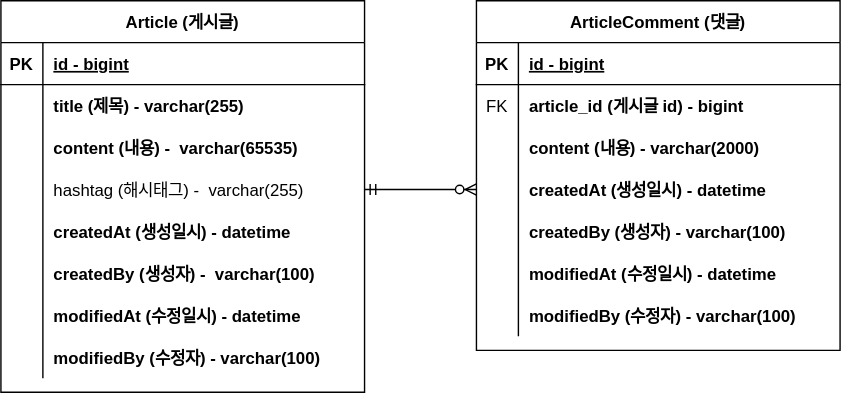
Before: document/project-board-erd.svg, a diagram exported from draw.io (ParkJaeyun94/fastcampus_project_board). Source tidied: cells renumbered, new cells last; positions are measured from the earlier drawing's top-left corner, leaving out a move shared by most shapes.
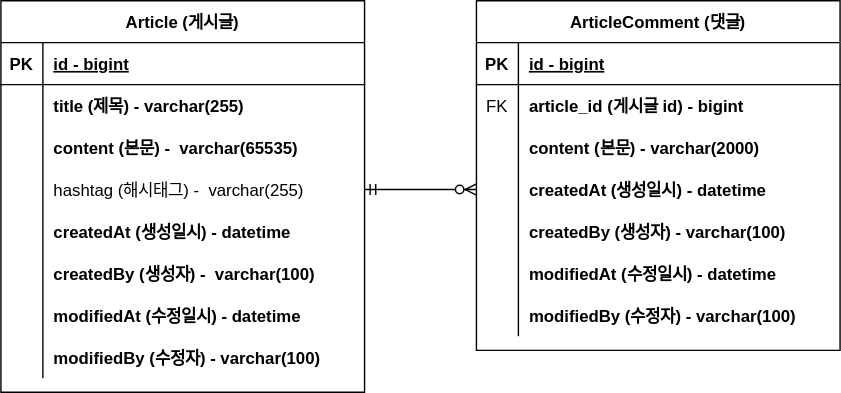
Later version of the same file.

Commit message:
#8 - ERD 주석 업데이트: project-board-erd.svg

Change to the diagram source:
```diff
@@ -29,7 +29,7 @@
     <mxCell id="10" style="shape=partialRectangle;overflow=hidden;fillColor=none;top=0;left=0;bottom=0;right=0;" parent="9" vertex="1">
       <mxGeometry width="30" height="30" as="geometry" />
     </mxCell>
-    <mxCell id="11" value="content (내용) -  varchar(65535)" style="shape=partialRectangle;overflow=hidden;fillColor=none;top=0;left=0;bottom=0;right=0;align=left;spacingLeft=6;fontStyle=1;" parent="9" vertex="1">
+    <mxCell id="11" value="content (본문) -  varchar(65535)" style="shape=partialRectangle;overflow=hidden;fillColor=none;top=0;left=0;bottom=0;right=0;align=left;spacingLeft=6;fontStyle=1;" parent="9" vertex="1">
       <mxGeometry x="30" width="230" height="30" as="geometry" />
     </mxCell>
     <mxCell id="12" style="shape=partialRectangle;fillColor=none;points=[[0,0.5],[1,0.5]];portConstraint=eastwest;top=0;left=0;right=0;bottom=0;" parent="2" vertex="1">
@@ -104,7 +104,7 @@
     <mxCell id="35" style="shape=partialRectangle;overflow=hidden;fillColor=none;top=0;left=0;bottom=0;right=0;" parent="34" vertex="1">
       <mxGeometry width="30" height="30" as="geometry" />
     </mxCell>
-    <mxCell id="36" value="content (내용) - varchar(2000)" style="shape=partialRectangle;overflow=hidden;fillColor=none;top=0;left=0;bottom=0;right=0;align=left;spacingLeft=6;fontStyle=1;" parent="34" vertex="1">
+    <mxCell id="36" value="content (본문) - varchar(2000)" style="shape=partialRectangle;overflow=hidden;fillColor=none;top=0;left=0;bottom=0;right=0;align=left;spacingLeft=6;fontStyle=1;" parent="34" vertex="1">
       <mxGeometry x="30" width="230" height="30" as="geometry" />
     </mxCell>
     <mxCell id="37" style="shape=partialRectangle;fillColor=none;points=[[0,0.5],[1,0.5]];portConstraint=eastwest;top=0;left=0;right=0;bottom=0;" parent="27" vertex="1">
```
